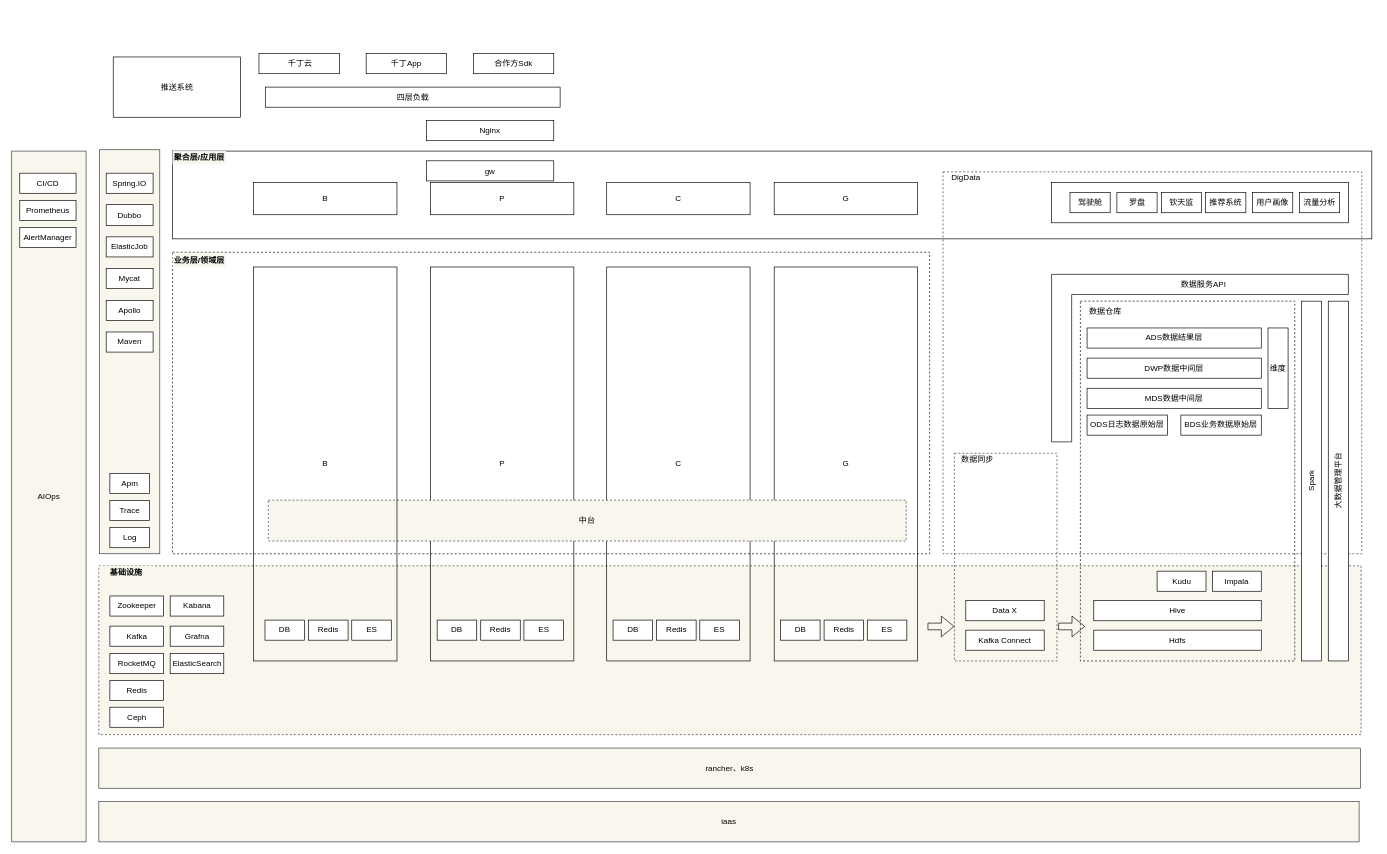
Before: Untitled Diagram.drawio in polaris16/drawio, a draw.io diagram. Source tidied: cells renumbered, new cells numbered last; positions are measured from the earlier drawing's top-left corner, leaving out a move shared by most shapes. Both pictures are drawn from the tidied source at 67%, with x=0, y=0 at pixel (11, 54).
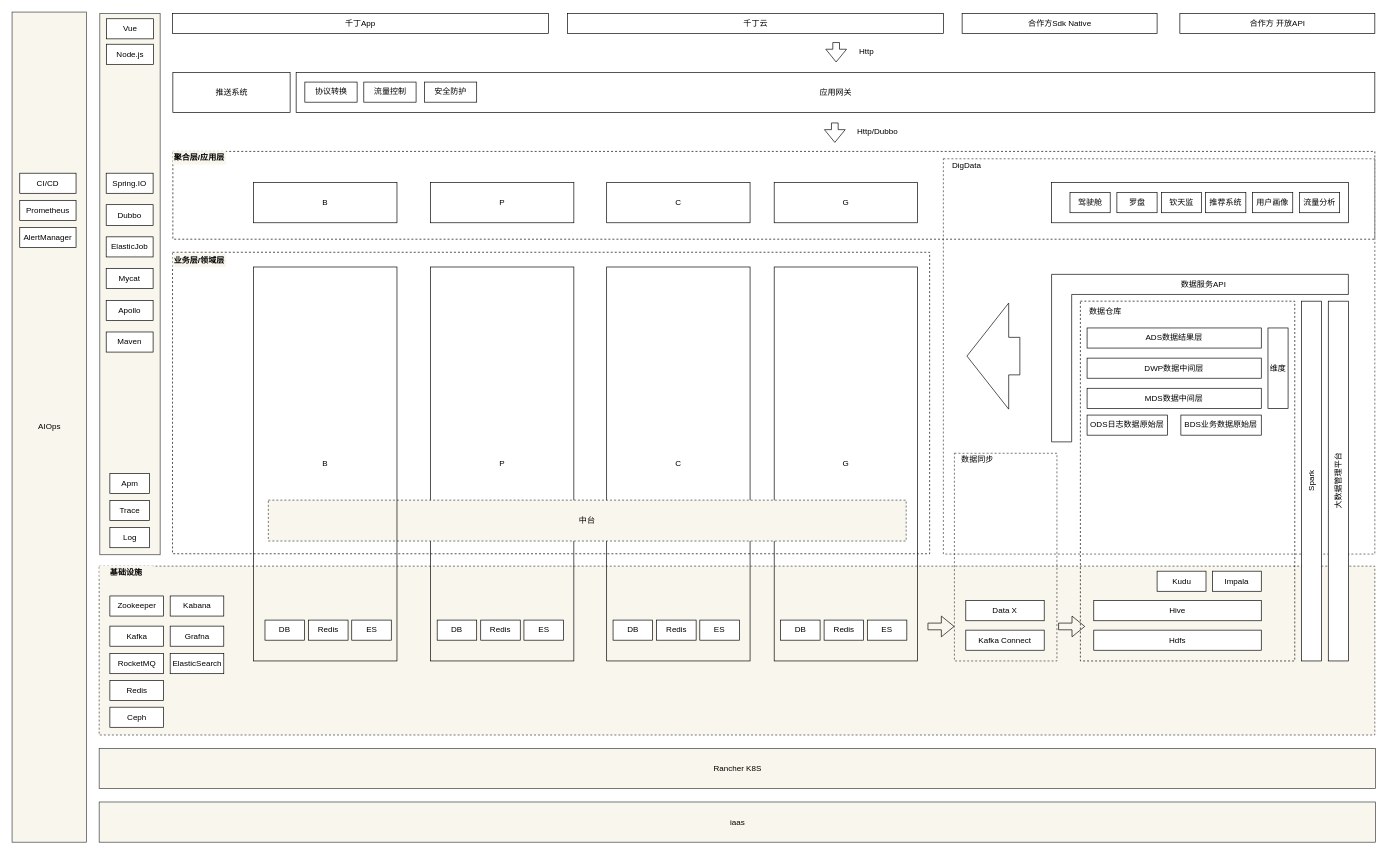
After the change.

What changed in the source:
```diff
@@
     <mxCell id="2" style="rounded=0;whiteSpace=wrap;html=1;dashed=1;fillColor=#f9f7ed;strokeColor=#36393d;" parent="1" vertex="1">
-      <mxGeometry x="130" y="764" width="1884" height="252" as="geometry" />
+      <mxGeometry x="130.5" y="764.5" width="1904" height="252" as="geometry" />
     </mxCell>
@@
-    <mxCell id="4" style="rounded=0;whiteSpace=wrap;html=1;" parent="1" vertex="1">
-      <mxGeometry x="240" y="145" width="1790" height="131" as="geometry" />
+    <mxCell id="4" style="rounded=0;whiteSpace=wrap;html=1;dashed=1;" parent="1" vertex="1">
+      <mxGeometry x="240.5" y="145.5" width="1794" height="131" as="geometry" />
     </mxCell>
     <mxCell id="5" style="rounded=0;whiteSpace=wrap;html=1;dashed=1;fillColor=none;strokeColor=#36393d;" parent="1" vertex="1">
-      <mxGeometry x="1390" y="176" width="625" height="570" as="geometry" />
+      <mxGeometry x="1390.5" y="156.5" width="644" height="590" as="geometry" />
     </mxCell>
@@
-    <mxCell id="7" value="&amp;nbsp;千丁云" style="rounded=0;whiteSpace=wrap;html=1;" parent="1" vertex="1">
-      <mxGeometry x="369" y="-0.5" width="120" height="30" as="geometry" />
-    </mxCell>
-    <mxCell id="8" value="千丁App" style="rounded=0;whiteSpace=wrap;html=1;" parent="1" vertex="1">
-      <mxGeometry x="529" y="-0.5" width="120" height="30" as="geometry" />
-    </mxCell>
-    <mxCell id="9" value="&lt;span style=&quot;font-weight: normal&quot;&gt;合作方Sdk&lt;/span&gt;" style="rounded=0;whiteSpace=wrap;html=1;fontStyle=1;" parent="1" vertex="1">
-      <mxGeometry x="689" y="-0.5" width="120" height="30" as="geometry" />
-    </mxCell>
-    <mxCell id="10" value="四层负载" style="rounded=0;whiteSpace=wrap;html=1;" parent="1" vertex="1">
-      <mxGeometry x="378.5" y="49.5" width="440" height="30" as="geometry" />
-    </mxCell>
-    <mxCell id="11" value="Nginx" style="rounded=0;whiteSpace=wrap;html=1;" parent="1" vertex="1">
-      <mxGeometry x="619" y="99.5" width="190" height="30" as="geometry" />
-    </mxCell>
     <mxCell id="12" value="推送系统" style="rounded=0;whiteSpace=wrap;html=1;" parent="1" vertex="1">
-      <mxGeometry x="151.5" y="4.5" width="190" height="90" as="geometry" />
+      <mxGeometry x="240.5" y="27.5" width="175" height="60" as="geometry" />
     </mxCell>
@@
-    <mxCell id="14" value="gw" style="rounded=0;whiteSpace=wrap;html=1;" parent="1" vertex="1">
-      <mxGeometry x="619" y="159.5" width="190" height="30" as="geometry" />
+    <mxCell id="14" value="应用网关" style="rounded=0;whiteSpace=wrap;html=1;" parent="1" vertex="1">
+      <mxGeometry x="424.5" y="27.5" width="1610" height="60" as="geometry" />
     </mxCell>
-    <mxCell id="15" value="rancher、k8s" style="rounded=0;whiteSpace=wrap;html=1;fillColor=#f9f7ed;strokeColor=#36393d;" parent="1" vertex="1">
-      <mxGeometry x="130" y="1036" width="1883" height="60" as="geometry" />
+    <mxCell id="15" value="Rancher K8S" style="rounded=0;whiteSpace=wrap;html=1;fillColor=#f9f7ed;strokeColor=#36393d;" parent="1" vertex="1">
+      <mxGeometry x="130.5" y="1036.5" width="1905" height="60" as="geometry" />
     </mxCell>
     <mxCell id="16" value="iaas" style="rounded=0;whiteSpace=wrap;html=1;fillColor=#f9f7ed;strokeColor=#36393d;" parent="1" vertex="1">
-      <mxGeometry x="130" y="1116" width="1881" height="60" as="geometry" />
+      <mxGeometry x="130.5" y="1116.5" width="1905" height="60" as="geometry" />
     </mxCell>
@@
     <mxCell id="34" value="&lt;span style=&quot;font-weight: normal&quot;&gt;DigData&lt;/span&gt;" style="text;html=1;strokeColor=none;fillColor=none;align=center;verticalAlign=middle;whiteSpace=wrap;rounded=0;dashed=1;fontStyle=1;" parent="1" vertex="1">
-      <mxGeometry x="1390" y="175" width="69" height="20" as="geometry" />
+      <mxGeometry x="1390.5" y="156.5" width="69" height="20" as="geometry" />
     </mxCell>
@@
     <mxCell id="40" value="AIOps" style="rounded=0;whiteSpace=wrap;html=1;fillColor=#f9f7ed;strokeColor=#36393d;" parent="1" vertex="1">
-      <mxGeometry y="145" width="111" height="1031" as="geometry" />
+      <mxGeometry x="0.5" y="-62.5" width="111" height="1239" as="geometry" />
     </mxCell>
     <mxCell id="41" style="rounded=0;whiteSpace=wrap;html=1;fillColor=#f9f7ed;strokeColor=#36393d;" parent="1" vertex="1">
-      <mxGeometry x="131" y="143" width="90" height="603" as="geometry" />
+      <mxGeometry x="131.5" y="-60.5" width="90" height="808" as="geometry" />
     </mxCell>
@@
     <mxCell id="74" value="B" style="rounded=0;whiteSpace=wrap;html=1;" parent="1" vertex="1">
-      <mxGeometry x="361" y="192" width="214" height="48" as="geometry" />
+      <mxGeometry x="361" y="192" width="214" height="60" as="geometry" />
     </mxCell>
     <mxCell id="75" value="P" style="rounded=0;whiteSpace=wrap;html=1;" parent="1" vertex="1">
-      <mxGeometry x="625" y="192" width="214" height="48" as="geometry" />
+      <mxGeometry x="625" y="192" width="214" height="60" as="geometry" />
     </mxCell>
     <mxCell id="76" value="C" style="rounded=0;whiteSpace=wrap;html=1;" parent="1" vertex="1">
-      <mxGeometry x="888" y="192" width="214" height="48" as="geometry" />
+      <mxGeometry x="888" y="192" width="214" height="60" as="geometry" />
     </mxCell>
     <mxCell id="77" value="G" style="rounded=0;whiteSpace=wrap;html=1;" parent="1" vertex="1">
-      <mxGeometry x="1138" y="192" width="214" height="48" as="geometry" />
+      <mxGeometry x="1138" y="192" width="214" height="60" as="geometry" />
     </mxCell>
@@
+    <mxCell id="91" value="&lt;span style=&quot;font-weight: normal&quot;&gt;合作方Sdk Native&lt;/span&gt;" style="rounded=0;whiteSpace=wrap;html=1;fontStyle=1;" parent="1" vertex="1">
+      <mxGeometry x="1418.5" y="-60.5" width="291" height="30" as="geometry" />
+    </mxCell>
+    <mxCell id="8" value="&lt;span style=&quot;font-weight: 400&quot;&gt;千丁App&lt;/span&gt;" style="rounded=0;whiteSpace=wrap;html=1;fontStyle=1;" parent="1" vertex="1">
+      <mxGeometry x="240" y="-60.5" width="561" height="30" as="geometry" />
+    </mxCell>
+    <mxCell id="7" value="&lt;span style=&quot;font-weight: 400&quot;&gt;千丁云&lt;/span&gt;" style="rounded=0;whiteSpace=wrap;html=1;fontStyle=1;" parent="1" vertex="1">
+      <mxGeometry x="829.5" y="-60.5" width="561" height="30" as="geometry" />
+    </mxCell>
+    <mxCell id="92" style="shape=flexArrow;endArrow=classic;html=1;" parent="1" edge="1">
+      <mxGeometry relative="1" as="geometry">
+        <mxPoint x="1230.5" y="-17.5" as="sourcePoint" />
+        <mxPoint x="1230.5" y="12.5" as="targetPoint" />
+      </mxGeometry>
+    </mxCell>
+    <mxCell id="93" value="Http" style="text;html=1;strokeColor=none;fillColor=none;align=left;verticalAlign=middle;whiteSpace=wrap;rounded=0;dashed=1;" parent="1" vertex="1">
+      <mxGeometry x="1262.5" y="-14.5" width="40" height="20" as="geometry" />
+    </mxCell>
+    <mxCell id="94" style="shape=flexArrow;endArrow=classic;html=1;" parent="1" edge="1">
+      <mxGeometry relative="1" as="geometry">
+        <mxPoint x="1228.5" y="102.5" as="sourcePoint" />
+        <mxPoint x="1228.5" y="132.5" as="targetPoint" />
+      </mxGeometry>
+    </mxCell>
+    <mxCell id="95" value="Http/Dubbo" style="text;html=1;strokeColor=none;fillColor=none;align=left;verticalAlign=middle;whiteSpace=wrap;rounded=0;dashed=1;" parent="1" vertex="1">
+      <mxGeometry x="1259.5" y="105.5" width="40" height="20" as="geometry" />
+    </mxCell>
+    <mxCell id="96" value="协议转换" style="rounded=0;whiteSpace=wrap;html=1;" parent="1" vertex="1">
+      <mxGeometry x="437.5" y="42" width="78" height="30" as="geometry" />
+    </mxCell>
+    <mxCell id="97" value="流量控制" style="rounded=0;whiteSpace=wrap;html=1;" parent="1" vertex="1">
+      <mxGeometry x="525.5" y="42" width="78" height="30" as="geometry" />
+    </mxCell>
+    <mxCell id="98" value="安全防护" style="rounded=0;whiteSpace=wrap;html=1;" parent="1" vertex="1">
+      <mxGeometry x="616" y="42" width="78" height="30" as="geometry" />
+    </mxCell>
+    <mxCell id="99" value="&lt;span style=&quot;font-weight: 400&quot;&gt;合作方 开放API&lt;/span&gt;" style="rounded=0;whiteSpace=wrap;html=1;fontStyle=1;" parent="1" vertex="1">
+      <mxGeometry x="1743.5" y="-60.5" width="291" height="30" as="geometry" />
+    </mxCell>
+    <mxCell id="100" value="Vue" style="rounded=0;whiteSpace=wrap;html=1;strokeWidth=1;" parent="1" vertex="1">
+      <mxGeometry x="141.5" y="-52.5" width="70" height="30" as="geometry" />
+    </mxCell>
+    <mxCell id="101" value="Node.js" style="rounded=0;whiteSpace=wrap;html=1;strokeWidth=1;" parent="1" vertex="1">
+      <mxGeometry x="141.5" y="-14.5" width="70" height="30" as="geometry" />
+    </mxCell>
+    <mxCell id="102" style="shape=flexArrow;endArrow=classic;html=1;endWidth=101.33333333333333;endSize=20.44;width=56;" parent="1" edge="1">
+      <mxGeometry relative="1" as="geometry">
+        <mxPoint x="1505.2" y="451" as="sourcePoint" />
+        <mxPoint x="1425.2" y="451" as="targetPoint" />
+      </mxGeometry>
+    </mxCell>
```
